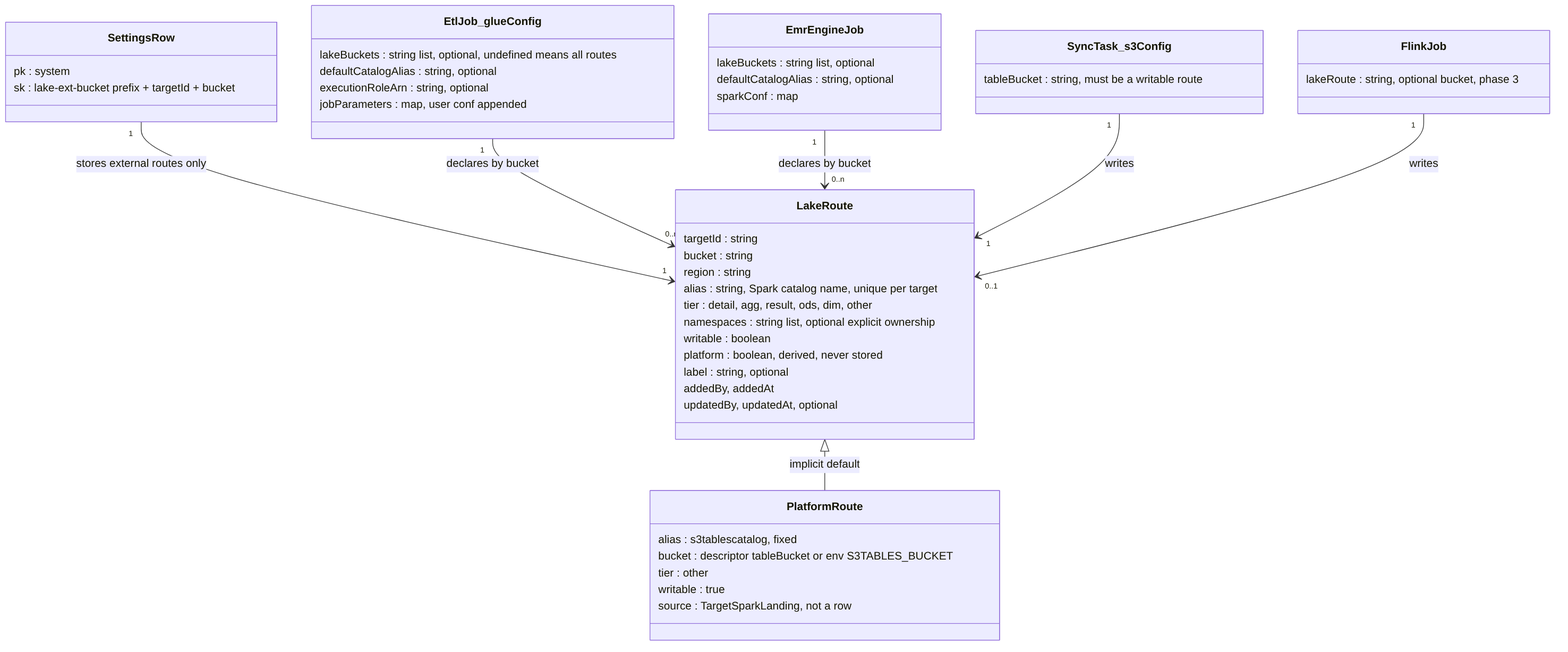
Before: docs/diagrams/lake-data-model.png, a diagram exported from Mermaid (aws-samples/sample-kingfisher). Its source is kept beside it as docs/diagrams/src/lake-data-model.mmd. Source of this version:
```mermaid
classDiagram
  class SettingsRow {
    pk : system
    sk : lake-ext-bucket prefix + targetId + bucket
  }
  class LakeRoute {
    targetId : string
    bucket : string
    region : string
    alias : string, Spark catalog name, unique per target
    tier : detail, agg, result, ods, dim, other
    namespaces : string list, optional explicit ownership
    writable : boolean
    platform : boolean, derived, never stored
    label : string, optional
    addedBy, addedAt
    updatedBy, updatedAt, optional
  }
  class PlatformRoute {
    alias : s3tablescatalog, fixed
    bucket : descriptor tableBucket or env S3TABLES_BUCKET
    tier : other
    writable : true
    source : TargetSparkLanding, not a row
  }
  class EtlJob_glueConfig {
    lakeBuckets : string list, optional, undefined means all routes
    defaultCatalogAlias : string, optional
    executionRoleArn : string, optional
    jobParameters : map, user conf appended
  }
  class EmrEngineJob {
    lakeBuckets : string list, optional
    defaultCatalogAlias : string, optional
    sparkConf : map
  }
  class SyncTask_s3Config {
    tableBucket : string, must be a writable route
  }
  class FlinkJob {
    lakeRoute : string, optional bucket, phase 3
  }
  SettingsRow "1" --> "1" LakeRoute : stores external routes only
  LakeRoute <|-- PlatformRoute : implicit default
  EtlJob_glueConfig "1" --> "0..n" LakeRoute : declares by bucket
  EmrEngineJob "1" --> "0..n" LakeRoute : declares by bucket
  SyncTask_s3Config "1" --> "1" LakeRoute : writes
  FlinkJob "1" --> "0..1" LakeRoute : writes
```
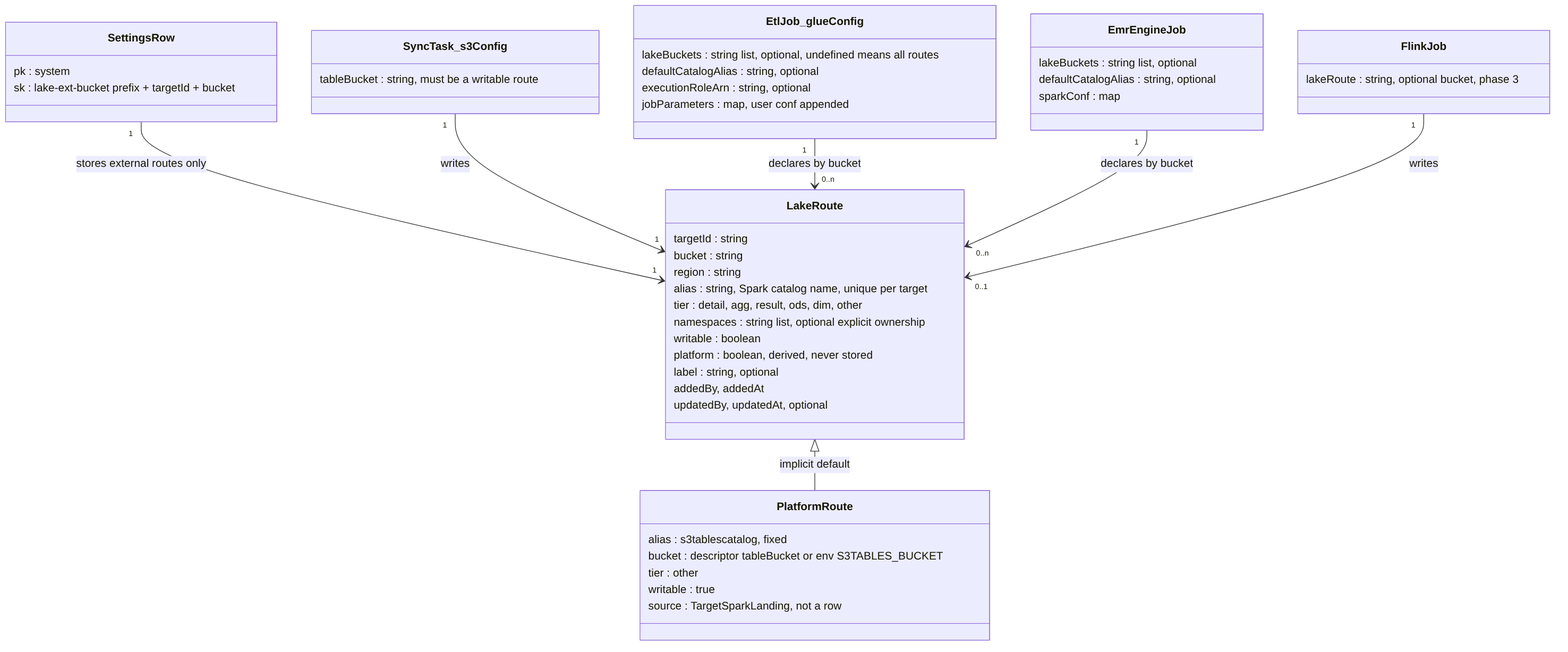
After the commit.

Diff of the diagram source:
```diff
@@ -42,7 +42,7 @@
   }
   SettingsRow "1" --> "1" LakeRoute : stores external routes only
   LakeRoute <|-- PlatformRoute : implicit default
+  SyncTask_s3Config "1" --> "1" LakeRoute : writes
   EtlJob_glueConfig "1" --> "0..n" LakeRoute : declares by bucket
   EmrEngineJob "1" --> "0..n" LakeRoute : declares by bucket
-  SyncTask_s3Config "1" --> "1" LakeRoute : writes
   FlinkJob "1" --> "0..1" LakeRoute : writes
```
